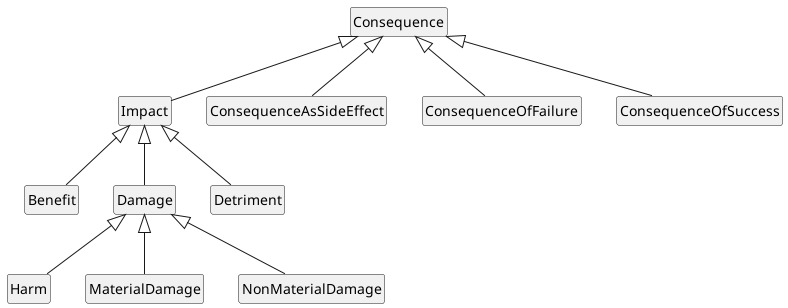
The PlantUML diagram media/Consequences.png in jeswr/dpv, before a commit. The source it was exported from:
```plantuml
@startuml
!include style.plantuml
top to bottom direction

class Consequence
class Impact
class ConsequenceAsSideEffect
class ConsequenceOfFailure
class ConsequenceOfSuccess
class Benefit
class Damage
class Detriment
class Harm
class MaterialDamage
class NonMaterialDamage

Consequence <|-- Impact
Consequence <|-- ConsequenceAsSideEffect
Consequence <|-- ConsequenceOfFailure
Consequence <|-- ConsequenceOfSuccess
Impact <|-- Benefit
Impact <|-- Damage
Impact <|-- Detriment
Damage <|-- Harm
Damage <|-- MaterialDamage
Damage <|-- NonMaterialDamage

@enduml
```
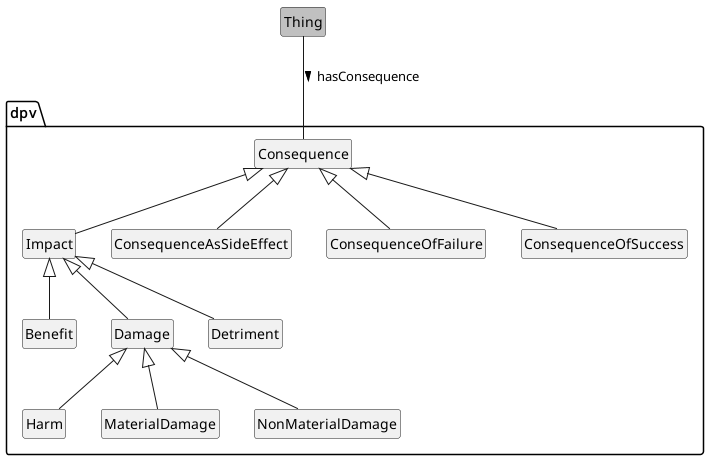
The same file after the commit.

Change to the diagram source:
```diff
@@ -2,18 +2,21 @@
 !include style.plantuml
 top to bottom direction
 
-class Consequence
-class Impact
-class ConsequenceAsSideEffect
-class ConsequenceOfFailure
-class ConsequenceOfSuccess
-class Benefit
-class Damage
-class Detriment
-class Harm
-class MaterialDamage
-class NonMaterialDamage
-
+class Thing #silver
+package dpv {
+	class Consequence
+	class Impact
+	class ConsequenceAsSideEffect
+	class ConsequenceOfFailure
+	class ConsequenceOfSuccess
+	class Benefit
+	class Damage
+	class Detriment
+	class Harm
+	class MaterialDamage
+	class NonMaterialDamage
+}
+Thing -- Consequence : hasConsequence >
 Consequence <|-- Impact
 Consequence <|-- ConsequenceAsSideEffect
 Consequence <|-- ConsequenceOfFailure
```
